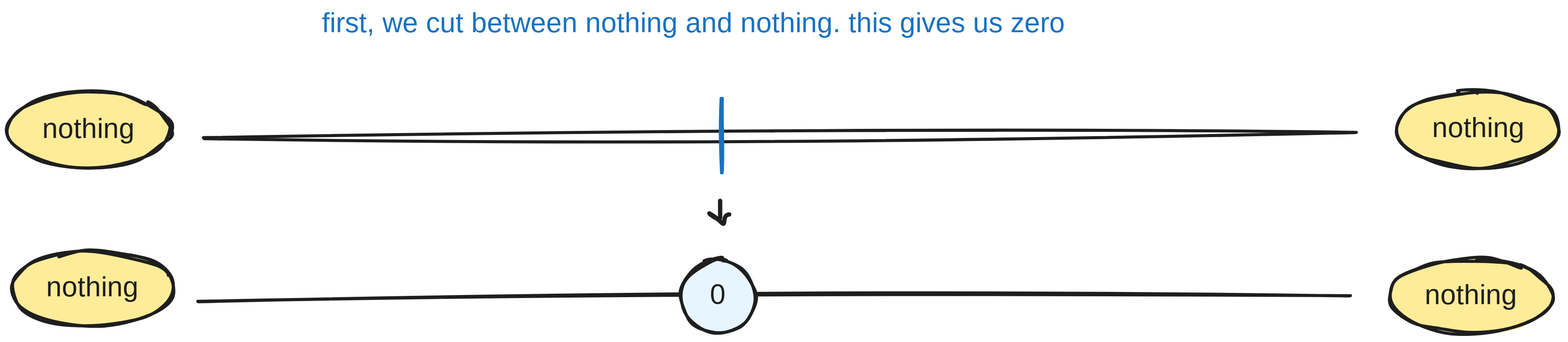
This is public/how-i-vibed-a-proof-of-conways-conjecture/step1-full.svg from gaearon/overreacted.io, a Excalidraw export, as it was before one commit. Source tidied: one line per element, renumbered; positions are measured from the earlier drawing's top-left corner, leaving out a move shared by most shapes. The source it was exported from:
```json
{"id": 0, "type": "ellipse", "strokeColor": "#1e1e1e", "backgroundColor": "#ffec99", "fillStyle": "solid", "strokeWidth": 4, "roughness": 2, "x": 0, "y": 110, "width": 212, "height": 98}
{"id": 1, "type": "ellipse", "strokeColor": "#1e1e1e", "backgroundColor": "#ffec99", "fillStyle": "solid", "strokeWidth": 4, "roughness": 2, "x": 5, "y": 317, "width": 212, "height": 98}
{"id": 2, "type": "ellipse", "strokeColor": "#1e1e1e", "backgroundColor": "#ffec99", "fillStyle": "solid", "strokeWidth": 4, "roughness": 2, "x": 1798, "y": 327, "width": 212, "height": 98}
{"id": 3, "type": "ellipse", "strokeColor": "#1e1e1e", "backgroundColor": "#ffec99", "fillStyle": "solid", "strokeWidth": 4, "roughness": 2, "x": 1808, "y": 109, "width": 212, "height": 98}
{"id": 4, "type": "line", "strokeColor": "#1e1e1e", "backgroundColor": "#ffec99", "fillStyle": "cross-hatch", "strokeWidth": 4, "roughness": 2, "x": 256, "y": 171, "width": 1498, "height": 8, "points": [[0, 0], [1498, -8]]}
{"id": 5, "type": "line", "strokeColor": "#1e1e1e", "backgroundColor": "#ffec99", "fillStyle": "cross-hatch", "strokeWidth": 4, "roughness": 2, "x": 248, "y": 383, "width": 1498, "height": 8, "points": [[0, 0], [1498, -8]]}
{"id": 6, "type": "text", "text": "first, we cut between nothing and nothing. this gives us zero", "strokeColor": "#1971c2", "backgroundColor": "#ffec99", "fillStyle": "cross-hatch", "strokeWidth": 4, "roughness": 2, "fontSize": 36, "fontFamily": 5, "textAlign": "center", "x": 354, "y": 0, "width": 1077, "height": 45}
{"id": 7, "type": "line", "strokeColor": "#1971c2", "backgroundColor": "#ffec99", "fillStyle": "cross-hatch", "strokeWidth": 4, "roughness": 2, "x": 930, "y": 118, "width": 0, "height": 99, "points": [[0, 0], [0, 99]]}
{"id": 8, "type": "text", "text": "nothing", "strokeColor": "#1e1e1e", "backgroundColor": "#ffec99", "fillStyle": "cross-hatch", "strokeWidth": 4, "roughness": 2, "fontSize": 36, "fontFamily": 5, "textAlign": "center", "x": 41, "y": 138, "width": 129, "height": 45}
{"id": 9, "type": "text", "text": "nothing", "strokeColor": "#1e1e1e", "backgroundColor": "#ffec99", "fillStyle": "cross-hatch", "strokeWidth": 4, "roughness": 2, "fontSize": 36, "fontFamily": 5, "textAlign": "center", "x": 46, "y": 344, "width": 129, "height": 45}
{"id": 10, "type": "text", "text": "nothing", "strokeColor": "#1e1e1e", "backgroundColor": "#ffec99", "fillStyle": "cross-hatch", "strokeWidth": 4, "roughness": 2, "fontSize": 36, "fontFamily": 5, "textAlign": "center", "x": 1839, "y": 354, "width": 129, "height": 45}
{"id": 11, "type": "text", "text": "nothing", "strokeColor": "#1e1e1e", "backgroundColor": "#ffec99", "fillStyle": "cross-hatch", "strokeWidth": 4, "roughness": 2, "fontSize": 36, "fontFamily": 5, "textAlign": "center", "x": 1849, "y": 137, "width": 129, "height": 45}
{"id": 12, "type": "ellipse", "strokeColor": "#1e1e1e", "backgroundColor": "#e7f5ff", "fillStyle": "solid", "strokeWidth": 4, "roughness": 2, "x": 876, "y": 327, "width": 96, "height": 98}
{"id": 13, "type": "text", "text": "0", "strokeColor": "#1e1e1e", "backgroundColor": "#ffec99", "fillStyle": "solid", "strokeWidth": 4, "roughness": 2, "fontSize": 36, "fontFamily": 5, "textAlign": "center", "verticalAlign": "middle", "inside": 12, "x": 912, "y": 354, "width": 24, "height": 45}
{"id": 14, "type": "freedraw", "strokeColor": "#1e1e1e", "backgroundColor": "#ffec99", "fillStyle": "solid", "strokeWidth": 2, "roughness": 2, "x": 927, "y": 251, "width": 27, "height": 31, "points": [[0, 0], [0, 1], [0, 8], [0, 17], [0, 20], [0, 21], [0, 22], [0, 23], [0, 23], [-1, 24], [-4, 24], [-8, 22], [-12, 19], [-14, 17], [-15, 16], [-15, 16], [-15, 16], [-13, 17], [-10, 19], [-7, 21], [-3, 24], [-1, 26], [1, 28], [3, 30], [5, 31], [5, 31], [5, 31], [6, 28], [6, 24], [6, 22], [7, 20], [8, 18], [9, 18], [10, 18], [11, 18], [12, 18], [13, 18], [13, 18]]}
```
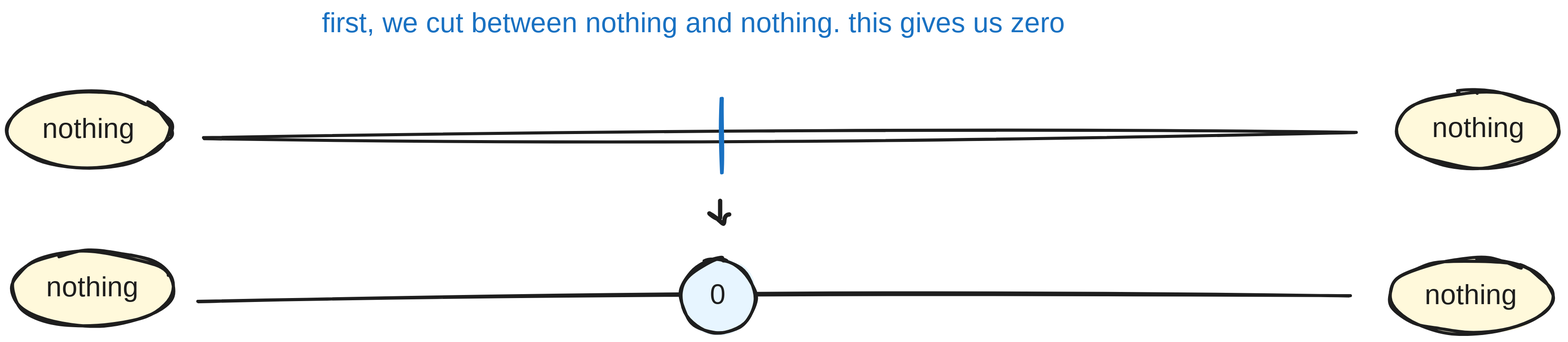
Above is the later version.

Diff of the diagram source:
```diff
@@ -1,15 +1,15 @@
-{"id": 0, "type": "ellipse", "strokeColor": "#1e1e1e", "backgroundColor": "#ffec99", "fillStyle": "solid", "strokeWidth": 4, "roughness": 2, "x": 0, "y": 110, "width": 212, "height": 98}
+{"id": 0, "type": "ellipse", "strokeColor": "#1e1e1e", "backgroundColor": "#fff9db", "fillStyle": "solid", "strokeWidth": 4, "roughness": 2, "x": 0, "y": 110, "width": 212, "height": 98}
-{"id": 1, "type": "ellipse", "strokeColor": "#1e1e1e", "backgroundColor": "#ffec99", "fillStyle": "solid", "strokeWidth": 4, "roughness": 2, "x": 5, "y": 317, "width": 212, "height": 98}
+{"id": 1, "type": "ellipse", "strokeColor": "#1e1e1e", "backgroundColor": "#fff9db", "fillStyle": "solid", "strokeWidth": 4, "roughness": 2, "x": 5, "y": 317, "width": 212, "height": 98}
-{"id": 2, "type": "ellipse", "strokeColor": "#1e1e1e", "backgroundColor": "#ffec99", "fillStyle": "solid", "strokeWidth": 4, "roughness": 2, "x": 1798, "y": 327, "width": 212, "height": 98}
+{"id": 2, "type": "ellipse", "strokeColor": "#1e1e1e", "backgroundColor": "#fff9db", "fillStyle": "solid", "strokeWidth": 4, "roughness": 2, "x": 1798, "y": 327, "width": 212, "height": 98}
-{"id": 3, "type": "ellipse", "strokeColor": "#1e1e1e", "backgroundColor": "#ffec99", "fillStyle": "solid", "strokeWidth": 4, "roughness": 2, "x": 1808, "y": 109, "width": 212, "height": 98}
+{"id": 3, "type": "ellipse", "strokeColor": "#1e1e1e", "backgroundColor": "#fff9db", "fillStyle": "solid", "strokeWidth": 4, "roughness": 2, "x": 1808, "y": 109, "width": 212, "height": 98}
 {"id": 4, "type": "line", "strokeColor": "#1e1e1e", "backgroundColor": "#ffec99", "fillStyle": "cross-hatch", "strokeWidth": 4, "roughness": 2, "x": 256, "y": 171, "width": 1498, "height": 8, "points": [[0, 0], [1498, -8]]}
 {"id": 5, "type": "line", "strokeColor": "#1e1e1e", "backgroundColor": "#ffec99", "fillStyle": "cross-hatch", "strokeWidth": 4, "roughness": 2, "x": 248, "y": 383, "width": 1498, "height": 8, "points": [[0, 0], [1498, -8]]}
 {"id": 6, "type": "text", "text": "first, we cut between nothing and nothing. this gives us zero", "strokeColor": "#1971c2", "backgroundColor": "#ffec99", "fillStyle": "cross-hatch", "strokeWidth": 4, "roughness": 2, "fontSize": 36, "fontFamily": 5, "textAlign": "center", "x": 354, "y": 0, "width": 1077, "height": 45}
 {"id": 7, "type": "line", "strokeColor": "#1971c2", "backgroundColor": "#ffec99", "fillStyle": "cross-hatch", "strokeWidth": 4, "roughness": 2, "x": 930, "y": 118, "width": 0, "height": 99, "points": [[0, 0], [0, 99]]}
-{"id": 8, "type": "text", "text": "nothing", "strokeColor": "#1e1e1e", "backgroundColor": "#ffec99", "fillStyle": "cross-hatch", "strokeWidth": 4, "roughness": 2, "fontSize": 36, "fontFamily": 5, "textAlign": "center", "x": 41, "y": 138, "width": 129, "height": 45}
+{"id": 8, "type": "text", "text": "nothing", "strokeColor": "#1e1e1e", "backgroundColor": "#fff9db", "fillStyle": "cross-hatch", "strokeWidth": 4, "roughness": 2, "fontSize": 36, "fontFamily": 5, "textAlign": "center", "x": 41, "y": 138, "width": 129, "height": 45}
-{"id": 9, "type": "text", "text": "nothing", "strokeColor": "#1e1e1e", "backgroundColor": "#ffec99", "fillStyle": "cross-hatch", "strokeWidth": 4, "roughness": 2, "fontSize": 36, "fontFamily": 5, "textAlign": "center", "x": 46, "y": 344, "width": 129, "height": 45}
+{"id": 9, "type": "text", "text": "nothing", "strokeColor": "#1e1e1e", "backgroundColor": "#fff9db", "fillStyle": "cross-hatch", "strokeWidth": 4, "roughness": 2, "fontSize": 36, "fontFamily": 5, "textAlign": "center", "x": 46, "y": 344, "width": 129, "height": 45}
-{"id": 10, "type": "text", "text": "nothing", "strokeColor": "#1e1e1e", "backgroundColor": "#ffec99", "fillStyle": "cross-hatch", "strokeWidth": 4, "roughness": 2, "fontSize": 36, "fontFamily": 5, "textAlign": "center", "x": 1839, "y": 354, "width": 129, "height": 45}
+{"id": 10, "type": "text", "text": "nothing", "strokeColor": "#1e1e1e", "backgroundColor": "#fff9db", "fillStyle": "cross-hatch", "strokeWidth": 4, "roughness": 2, "fontSize": 36, "fontFamily": 5, "textAlign": "center", "x": 1839, "y": 354, "width": 129, "height": 45}
-{"id": 11, "type": "text", "text": "nothing", "strokeColor": "#1e1e1e", "backgroundColor": "#ffec99", "fillStyle": "cross-hatch", "strokeWidth": 4, "roughness": 2, "fontSize": 36, "fontFamily": 5, "textAlign": "center", "x": 1849, "y": 137, "width": 129, "height": 45}
+{"id": 11, "type": "text", "text": "nothing", "strokeColor": "#1e1e1e", "backgroundColor": "#fff9db", "fillStyle": "cross-hatch", "strokeWidth": 4, "roughness": 2, "fontSize": 36, "fontFamily": 5, "textAlign": "center", "x": 1849, "y": 137, "width": 129, "height": 45}
 {"id": 12, "type": "ellipse", "strokeColor": "#1e1e1e", "backgroundColor": "#e7f5ff", "fillStyle": "solid", "strokeWidth": 4, "roughness": 2, "x": 876, "y": 327, "width": 96, "height": 98}
 {"id": 13, "type": "text", "text": "0", "strokeColor": "#1e1e1e", "backgroundColor": "#ffec99", "fillStyle": "solid", "strokeWidth": 4, "roughness": 2, "fontSize": 36, "fontFamily": 5, "textAlign": "center", "verticalAlign": "middle", "inside": 12, "x": 912, "y": 354, "width": 24, "height": 45}
 {"id": 14, "type": "freedraw", "strokeColor": "#1e1e1e", "backgroundColor": "#ffec99", "fillStyle": "solid", "strokeWidth": 2, "roughness": 2, "x": 927, "y": 251, "width": 27, "height": 31, "points": [[0, 0], [0, 1], [0, 8], [0, 17], [0, 20], [0, 21], [0, 22], [0, 23], [0, 23], [-1, 24], [-4, 24], [-8, 22], [-12, 19], [-14, 17], [-15, 16], [-15, 16], [-15, 16], [-13, 17], [-10, 19], [-7, 21], [-3, 24], [-1, 26], [1, 28], [3, 30], [5, 31], [5, 31], [5, 31], [6, 28], [6, 24], [6, 22], [7, 20], [8, 18], [9, 18], [10, 18], [11, 18], [12, 18], [13, 18], [13, 18]]}
```
